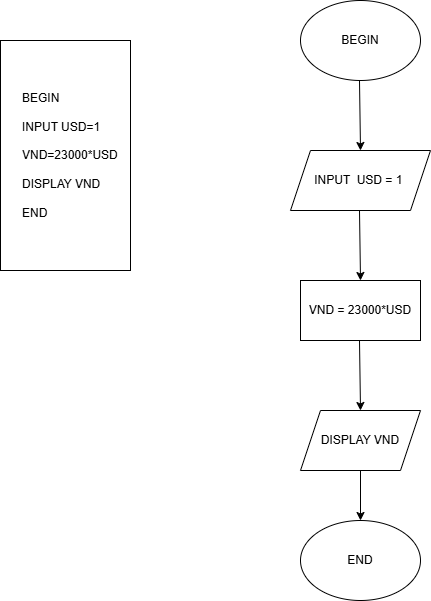
This is ss3_ma_gia_luu_do/chuyen_doi_tien_te/chuyen_doi_tien_te.drawio.png from Chung128/CGDN-TranVanChung-C0225G1-JV101, a draw.io export, as it was before one commit. Source tidied: cells renumbered, new cells last; positions are measured from the earlier drawing's top-left corner, leaving out a move shared by most shapes. Its diagram source:
```xml
<mxGraphModel>
  <root>
    <mxCell id="0" />
    <mxCell id="1" parent="0" />
    <mxCell id="2" value="BEGIN" style="ellipse;whiteSpace=wrap;html=1;" parent="1" vertex="1">
      <mxGeometry x="300" width="120" height="80" as="geometry" />
    </mxCell>
    <mxCell id="3" value="INPUT&amp;nbsp; USD = 1&amp;nbsp;" style="shape=parallelogram;perimeter=parallelogramPerimeter;whiteSpace=wrap;html=1;fixedSize=1;" parent="1" vertex="1">
      <mxGeometry x="290" y="150" width="140" height="60" as="geometry" />
    </mxCell>
    <mxCell id="4" value="DISPLAY VND" style="shape=parallelogram;perimeter=parallelogramPerimeter;whiteSpace=wrap;html=1;fixedSize=1;" parent="1" vertex="1">
      <mxGeometry x="300" y="410" width="120" height="60" as="geometry" />
    </mxCell>
    <mxCell id="5" value="END" style="ellipse;whiteSpace=wrap;html=1;" parent="1" vertex="1">
      <mxGeometry x="300" y="520" width="120" height="80" as="geometry" />
    </mxCell>
    <mxCell id="6" style="endArrow=classic;html=1;rounded=0;entryX=0.5;entryY=0;entryDx=0;entryDy=0;" parent="1" edge="1" target="3">
      <mxGeometry relative="1" as="geometry">
        <mxPoint x="359" y="80" as="sourcePoint" />
      </mxGeometry>
    </mxCell>
    <mxCell id="7" style="endArrow=classic;html=1;rounded=0;entryX=0.5;entryY=0;entryDx=0;entryDy=0;" parent="1" edge="1" target="11">
      <mxGeometry relative="1" as="geometry">
        <mxPoint x="359" y="210" as="sourcePoint" />
      </mxGeometry>
    </mxCell>
    <mxCell id="8" style="endArrow=classic;html=1;rounded=0;" parent="1" edge="1" source="11">
      <mxGeometry relative="1" as="geometry">
        <mxPoint x="410" y="290" as="targetPoint" />
      </mxGeometry>
    </mxCell>
    <mxCell id="9" style="endArrow=classic;html=1;rounded=0;entryX=0.5;entryY=0;entryDx=0;entryDy=0;" parent="1" edge="1" target="5">
      <mxGeometry relative="1" as="geometry">
        <mxPoint x="360" y="470" as="sourcePoint" />
      </mxGeometry>
    </mxCell>
    <mxCell id="10" style="endArrow=classic;html=1;rounded=0;" parent="1" edge="1" target="11">
      <mxGeometry relative="1" as="geometry">
        <mxPoint x="360" y="340" as="sourcePoint" />
      </mxGeometry>
    </mxCell>
    <mxCell id="11" value="VND = 23000*USD" style="rounded=0;whiteSpace=wrap;html=1;" parent="1" vertex="1">
      <mxGeometry x="300" y="280" width="120" height="60" as="geometry" />
    </mxCell>
    <mxCell id="12" style="endArrow=classic;html=1;rounded=0;entryX=0.5;entryY=0;entryDx=0;entryDy=0;" parent="1" edge="1" target="4">
      <mxGeometry relative="1" as="geometry">
        <mxPoint x="359" y="340" as="sourcePoint" />
      </mxGeometry>
    </mxCell>
    <mxCell id="13" value="&amp;nbsp; &amp;nbsp; &amp;nbsp; BEGIN&lt;div&gt;&lt;br&gt;&lt;/div&gt;&lt;div&gt;&amp;nbsp; &amp;nbsp; &amp;nbsp; INPUT USD=1&lt;/div&gt;&lt;div&gt;&lt;br&gt;&lt;/div&gt;&lt;div&gt;&amp;nbsp; &amp;nbsp; &amp;nbsp; VND=23000*USD&lt;/div&gt;&lt;div&gt;&lt;br&gt;&lt;/div&gt;&lt;div&gt;&amp;nbsp; &amp;nbsp; &amp;nbsp; DISPLAY VND&lt;/div&gt;&lt;div&gt;&amp;nbsp; &amp;nbsp; &amp;nbsp;&amp;nbsp;&lt;/div&gt;&lt;div&gt;&amp;nbsp; &amp;nbsp; &amp;nbsp; END&lt;/div&gt;" style="rounded=0;whiteSpace=wrap;html=1;direction=north;align=left;" parent="1" vertex="1">
      <mxGeometry y="40" width="130" height="230" as="geometry" />
    </mxCell>
  </root>
</mxGraphModel>
```
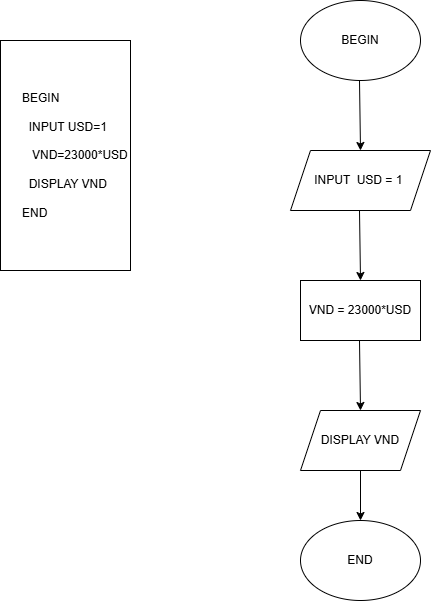
Above is the later version.

Diff of the diagram source:
```diff
@@ -47,7 +47,7 @@
         <mxPoint x="359" y="340" as="sourcePoint" />
       </mxGeometry>
     </mxCell>
-    <mxCell id="13" value="&amp;nbsp; &amp;nbsp; &amp;nbsp; BEGIN&lt;div&gt;&lt;br&gt;&lt;/div&gt;&lt;div&gt;&amp;nbsp; &amp;nbsp; &amp;nbsp; INPUT USD=1&lt;/div&gt;&lt;div&gt;&lt;br&gt;&lt;/div&gt;&lt;div&gt;&amp;nbsp; &amp;nbsp; &amp;nbsp; VND=23000*USD&lt;/div&gt;&lt;div&gt;&lt;br&gt;&lt;/div&gt;&lt;div&gt;&amp;nbsp; &amp;nbsp; &amp;nbsp; DISPLAY VND&lt;/div&gt;&lt;div&gt;&amp;nbsp; &amp;nbsp; &amp;nbsp;&amp;nbsp;&lt;/div&gt;&lt;div&gt;&amp;nbsp; &amp;nbsp; &amp;nbsp; END&lt;/div&gt;" style="rounded=0;whiteSpace=wrap;html=1;direction=north;align=left;" parent="1" vertex="1">
+    <mxCell id="13" value="&amp;nbsp; &amp;nbsp; &amp;nbsp; BEGIN&lt;div&gt;&lt;br&gt;&lt;/div&gt;&lt;div&gt;&amp;nbsp; &amp;nbsp; &amp;nbsp; &amp;nbsp; INPUT USD=1&lt;/div&gt;&lt;div&gt;&lt;br&gt;&lt;/div&gt;&lt;div&gt;&amp;nbsp; &amp;nbsp; &amp;nbsp; &amp;nbsp; &amp;nbsp;VND=23000*USD&lt;/div&gt;&lt;div&gt;&lt;br&gt;&lt;/div&gt;&lt;div&gt;&amp;nbsp; &amp;nbsp; &amp;nbsp; &amp;nbsp; DISPLAY VND&lt;/div&gt;&lt;div&gt;&amp;nbsp; &amp;nbsp; &amp;nbsp;&amp;nbsp;&lt;/div&gt;&lt;div&gt;&amp;nbsp; &amp;nbsp; &amp;nbsp; END&lt;/div&gt;" style="rounded=0;whiteSpace=wrap;html=1;direction=north;align=left;" parent="1" vertex="1">
       <mxGeometry y="40" width="130" height="230" as="geometry" />
     </mxCell>
   </root>
```
